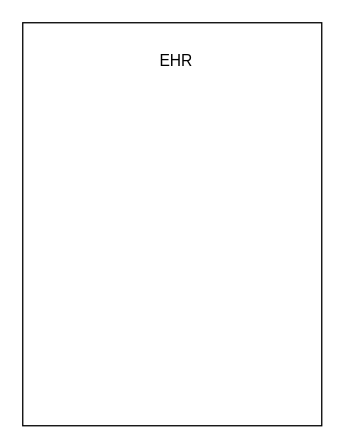
This is Opioid Prescription System.drawio from meenamishra/meenamishra.github.io, a draw.io file, before an edit. Source tidied: cells renumbered, new cells numbered last; positions are measured from the earlier drawing's top-left corner, leaving out a move shared by most shapes. Both pictures are drawn from the tidied source at 130%, with x=0, y=0 at pixel (22, 22).
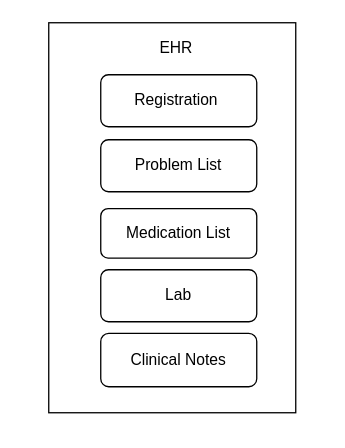
The same page after the edit.

Change to the diagram source:
```diff
@@
 <mxGraphModel>
   <root>
     <mxCell id="0" />
     <mxCell id="1" parent="0" />
     <mxCell id="2" style="rounded=0;whiteSpace=wrap;html=1;" parent="1" vertex="1">
-      <mxGeometry width="230" height="310" as="geometry" />
+      <mxGeometry x="20" width="190" height="300" as="geometry" />
     </mxCell>
     <mxCell id="3" value="EHR&amp;nbsp;" style="text;html=1;strokeColor=none;fillColor=none;align=center;verticalAlign=middle;whiteSpace=wrap;rounded=0;" parent="1" vertex="1">
-      <mxGeometry x="60" y="20" width="120" height="20" as="geometry" />
+      <mxGeometry x="60" y="10" width="120" height="20" as="geometry" />
     </mxCell>
+    <mxCell id="4" value="Registration&amp;nbsp;" style="rounded=1;whiteSpace=wrap;html=1;" parent="1" vertex="1">
+      <mxGeometry x="60" y="40" width="120" height="40" as="geometry" />
+    </mxCell>
+    <mxCell id="5" value="Medication List" style="rounded=1;whiteSpace=wrap;html=1;" parent="1" vertex="1">
+      <mxGeometry x="60" y="143" width="120" height="38" as="geometry" />
+    </mxCell>
+    <mxCell id="6" value="Problem List" style="rounded=1;whiteSpace=wrap;html=1;" parent="1" vertex="1">
+      <mxGeometry x="60" y="90" width="120" height="40" as="geometry" />
+    </mxCell>
+    <mxCell id="7" value="Lab" style="rounded=1;whiteSpace=wrap;html=1;" parent="1" vertex="1">
+      <mxGeometry x="60" y="190" width="120" height="40" as="geometry" />
+    </mxCell>
+    <mxCell id="8" value="Clinical Notes" style="rounded=1;whiteSpace=wrap;html=1;" parent="1" vertex="1">
+      <mxGeometry x="60" y="239" width="120" height="41" as="geometry" />
+    </mxCell>
   </root>
 </mxGraphModel>
```
